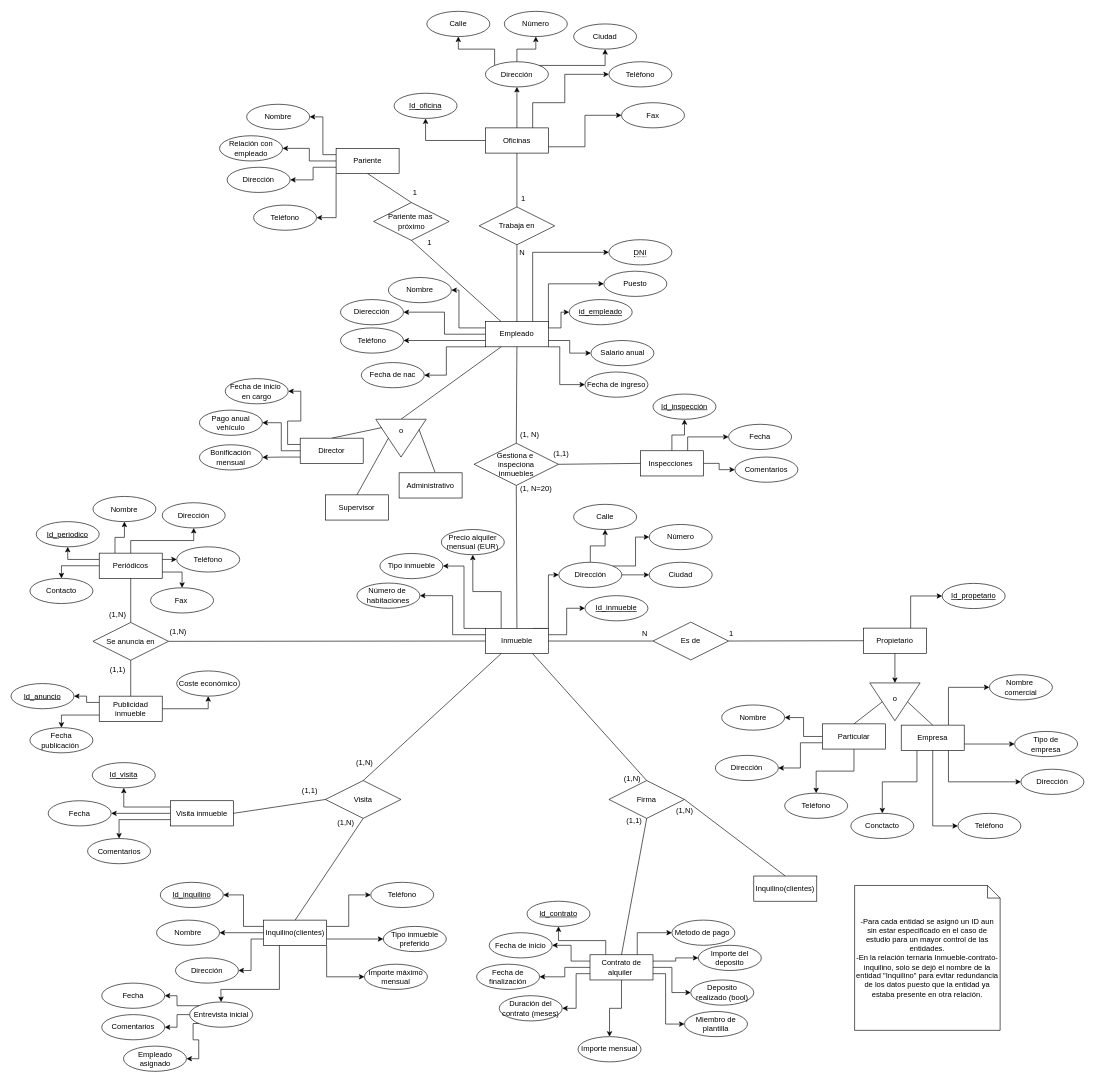
This is Inmueble.drawio from Juan-Garcia16/Bases-de-Datos, a draw.io file, before an edit. Source tidied: cells renumbered, new cells numbered last; positions are measured from the earlier drawing's top-left corner, leaving out a move shared by most shapes. Both pictures are drawn from the tidied source at 63%, with x=0, y=0 at pixel (11, 11).
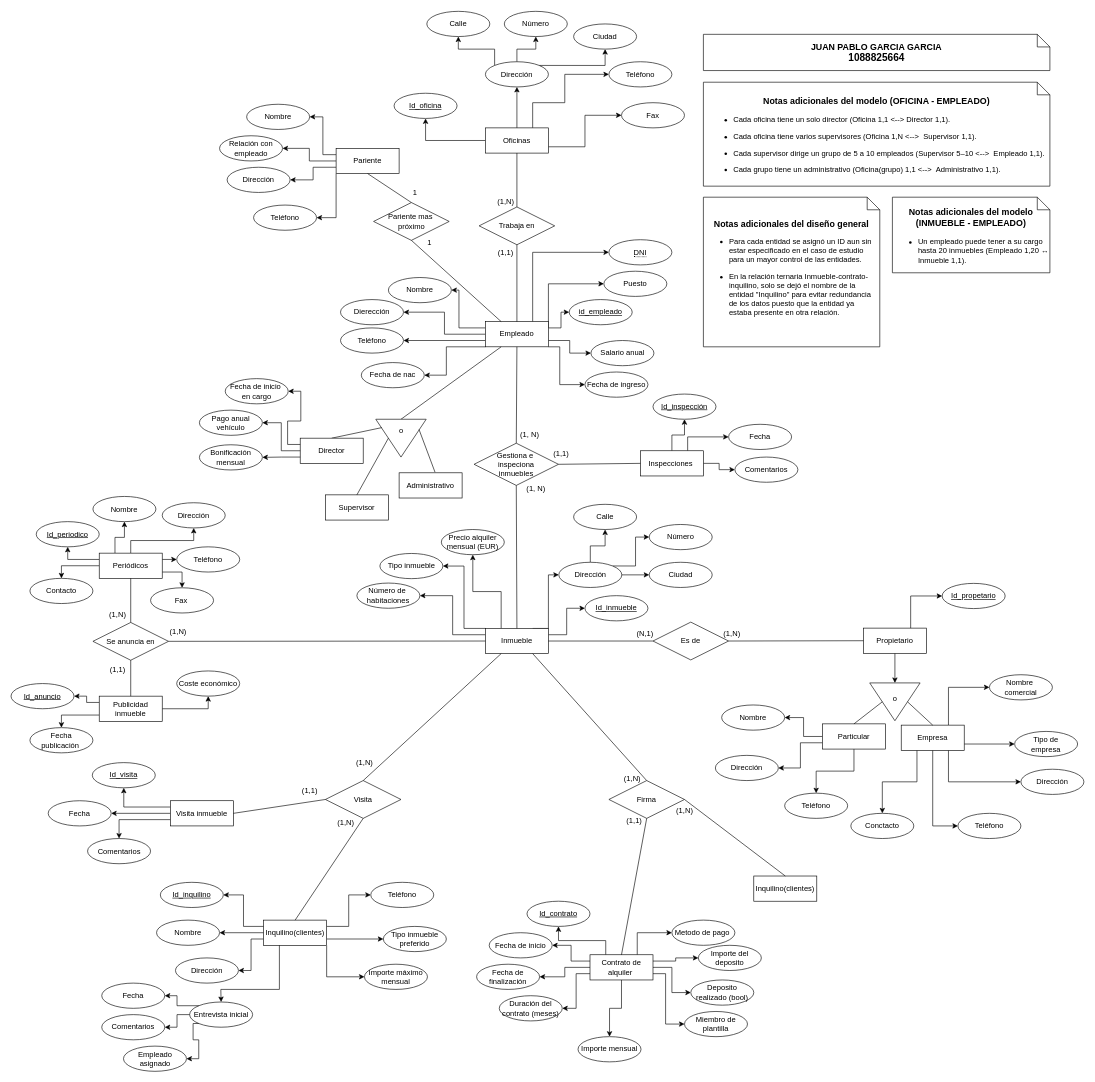
The same diagram, later.

Diff of the diagram source:
```diff
@@
-    <mxCell id="52" value="1" style="text;html=1;align=center;verticalAlign=middle;strokeColor=none;fillColor=none;" parent="1" vertex="1">
-      <mxGeometry x="798" y="282" width="30" height="30" as="geometry" />
+    <mxCell id="52" value="(1,N)" style="text;html=1;align=center;verticalAlign=middle;strokeColor=none;fillColor=none;" parent="1" vertex="1">
+      <mxGeometry x="760" y="287" width="50" height="30" as="geometry" />
     </mxCell>
-    <mxCell id="53" value="N" style="text;html=1;align=center;verticalAlign=middle;strokeColor=none;fillColor=none;" parent="1" vertex="1">
-      <mxGeometry x="795.5" y="367" width="30" height="30" as="geometry" />
+    <mxCell id="53" value="(1,1)" style="text;html=1;align=center;verticalAlign=middle;strokeColor=none;fillColor=none;" parent="1" vertex="1">
+      <mxGeometry x="760" y="367" width="50" height="30" as="geometry" />
     </mxCell>
@@
-    <mxCell id="101" value="(1, N=20)" style="text;html=1;align=center;verticalAlign=middle;strokeColor=none;fillColor=none;" parent="1" vertex="1">
-      <mxGeometry x="798" y="742" width="70" height="30" as="geometry" />
+    <mxCell id="101" value="(1, N)" style="text;html=1;align=center;verticalAlign=middle;strokeColor=none;fillColor=none;" parent="1" vertex="1">
+      <mxGeometry x="808" y="742" width="50" height="30" as="geometry" />
     </mxCell>
@@
-    <mxCell id="104" value="N" style="text;html=1;align=center;verticalAlign=middle;strokeColor=none;fillColor=none;" parent="1" vertex="1">
-      <mxGeometry x="990.5" y="972.5" width="30" height="30" as="geometry" />
+    <mxCell id="104" value="(N,1)" style="text;html=1;align=center;verticalAlign=middle;strokeColor=none;fillColor=none;" parent="1" vertex="1">
+      <mxGeometry x="980.5" y="972.5" width="50" height="30" as="geometry" />
     </mxCell>
@@
-    <mxCell id="132" value="1" style="text;html=1;align=center;verticalAlign=middle;strokeColor=none;fillColor=none;" parent="1" vertex="1">
-      <mxGeometry x="1128" y="972.5" width="30" height="30" as="geometry" />
+    <mxCell id="132" value="(1,N)" style="text;html=1;align=center;verticalAlign=middle;strokeColor=none;fillColor=none;" parent="1" vertex="1">
+      <mxGeometry x="1119" y="972.5" width="50" height="30" as="geometry" />
     </mxCell>
@@
-    <mxCell id="222" value="-Para cada entidad se asignó un ID aun sin estar especificado en el caso de estudio para un mayor control de las entidades.&lt;div&gt;-En la relación ternaria Inmueble-contrato-inquilino, solo se dejó el nombre de la entidad &quot;Inquilino&quot; para evitar redundancia de los datos puesto que la entidad ya estaba presente en otra relación.&lt;/div&gt;" style="shape=note;size=20;whiteSpace=wrap;html=1;" parent="1" vertex="1">
-      <mxGeometry x="1339" y="1387" width="231" height="230" as="geometry" />
+    <mxCell id="222" value="&lt;font style=&quot;font-size: 14px;&quot;&gt;&lt;b&gt;Notas adicionales del diseño general&lt;/b&gt;&lt;/font&gt;&lt;div&gt;&lt;font style=&quot;font-size: 14px;&quot;&gt;&lt;ul style=&quot;font-size: 12px; text-align: start; caret-color: rgb(0, 0, 0); color: rgb(0, 0, 0);&quot;&gt;&lt;li&gt;&lt;p&gt;Para cada entidad se asignó un ID aun sin estar especificado en el caso de estudio para un mayor control de las entidades.&lt;br&gt;&lt;/p&gt;&lt;/li&gt;&lt;li&gt;&lt;p&gt;En la relación ternaria Inmueble-contrato-inquilino, solo se dejó el nombre de la entidad &quot;Inquilino&quot; para evitar redundancia de los datos puesto que la entidad ya estaba presente en otra relación.&lt;br&gt;&lt;/p&gt;&lt;/li&gt;&lt;/ul&gt;&lt;/font&gt;&lt;/div&gt;" style="shape=note;size=20;whiteSpace=wrap;html=1;" parent="1" vertex="1">
+      <mxGeometry x="1099" y="294.5" width="280" height="237.5" as="geometry" />
     </mxCell>
+    <mxCell id="223" value="&lt;h3 style=&quot;caret-color: rgb(0, 0, 0); color: rgb(0, 0, 0);&quot;&gt;Notas adicionales del modelo (OFICINA - EMPLEADO)&lt;/h3&gt;&lt;ul style=&quot;text-align: start; caret-color: rgb(0, 0, 0); color: rgb(0, 0, 0);&quot;&gt;&lt;li&gt;&lt;p&gt;Cada&amp;nbsp;&lt;span&gt;oficina&lt;/span&gt;&amp;nbsp;tiene&amp;nbsp;&lt;span&gt;un solo director&lt;/span&gt;&amp;nbsp;(&lt;span&gt;Oficina 1,1 &amp;lt;--&amp;gt; Director 1,1&lt;/span&gt;).&amp;nbsp;&lt;/p&gt;&lt;/li&gt;&lt;li&gt;&lt;p&gt;Cada&amp;nbsp;&lt;span&gt;oficina&lt;/span&gt;&amp;nbsp;tiene&amp;nbsp;&lt;span&gt;varios supervisores&lt;/span&gt;&amp;nbsp;(&lt;span&gt;Oficina 1,N&amp;nbsp;&lt;/span&gt;&amp;lt;--&amp;gt;&amp;nbsp;&lt;span&gt;&amp;nbsp;Supervisor 1,1&lt;/span&gt;).&lt;/p&gt;&lt;/li&gt;&lt;li&gt;&lt;p&gt;Cada&amp;nbsp;&lt;span&gt;supervisor&lt;/span&gt;&amp;nbsp;dirige un grupo de&amp;nbsp;&lt;span&gt;5 a 10 empleados&lt;/span&gt;&amp;nbsp;(&lt;span&gt;Supervisor 5–10&amp;nbsp;&lt;/span&gt;&amp;lt;--&amp;gt;&amp;nbsp;&lt;span&gt;&amp;nbsp;Empleado 1,1&lt;/span&gt;).&lt;/p&gt;&lt;/li&gt;&lt;li&gt;&lt;p&gt;Cada&amp;nbsp;&lt;span&gt;grupo&lt;/span&gt;&amp;nbsp;tiene&amp;nbsp;&lt;span&gt;un administrativo&lt;/span&gt;&amp;nbsp;(Oficina(grupo)&lt;span&gt;&amp;nbsp;1,1&amp;nbsp;&lt;/span&gt;&amp;lt;--&amp;gt;&amp;nbsp;&lt;span&gt;&amp;nbsp;Administrativo 1,1&lt;/span&gt;).&lt;/p&gt;&lt;/li&gt;&lt;/ul&gt;" style="shape=note;size=20;whiteSpace=wrap;html=1;" parent="1" vertex="1">
+      <mxGeometry x="1099" y="112" width="550" height="165" as="geometry" />
+    </mxCell>
+    <mxCell id="224" value="&lt;h3 style=&quot;caret-color: rgb(0, 0, 0); color: rgb(0, 0, 0);&quot;&gt;Notas adicionales del modelo (INMUEBLE - EMPLEADO)&lt;/h3&gt;&lt;ul style=&quot;text-align: start; caret-color: rgb(0, 0, 0); color: rgb(0, 0, 0);&quot;&gt;&lt;li&gt;&lt;p&gt;&lt;font style=&quot;font-size: 12px;&quot;&gt;&lt;span style=&quot;caret-color: rgb(0, 0, 0); color: rgb(0, 0, 0);&quot;&gt;Un empleado puede tener a su cargo hasta 20 inmuebles (&lt;/span&gt;&lt;span style=&quot;caret-color: rgb(0, 0, 0); color: rgb(0, 0, 0);&quot;&gt;Empleado 1,20 ↔ Inmueble 1,1&lt;/span&gt;&lt;span style=&quot;caret-color: rgb(0, 0, 0); color: rgb(0, 0, 0);&quot;&gt;).&lt;/span&gt;&lt;/font&gt;&lt;br&gt;&lt;/p&gt;&lt;/li&gt;&lt;/ul&gt;" style="shape=note;size=20;whiteSpace=wrap;html=1;" parent="1" vertex="1">
+      <mxGeometry x="1399" y="294.5" width="250" height="120" as="geometry" />
+    </mxCell>
+    <mxCell id="225" value="&lt;font style=&quot;font-size: 14px;&quot;&gt;&lt;b&gt;JUAN PABLO GARCIA GARCIA&lt;/b&gt;&lt;/font&gt;&lt;div&gt;&lt;font size=&quot;3&quot;&gt;&lt;b&gt;1088825664&lt;/b&gt;&lt;/font&gt;&lt;/div&gt;" style="shape=note;size=20;whiteSpace=wrap;html=1;" parent="1" vertex="1">
+      <mxGeometry x="1099" y="36" width="550" height="57.5" as="geometry" />
+    </mxCell>
```
